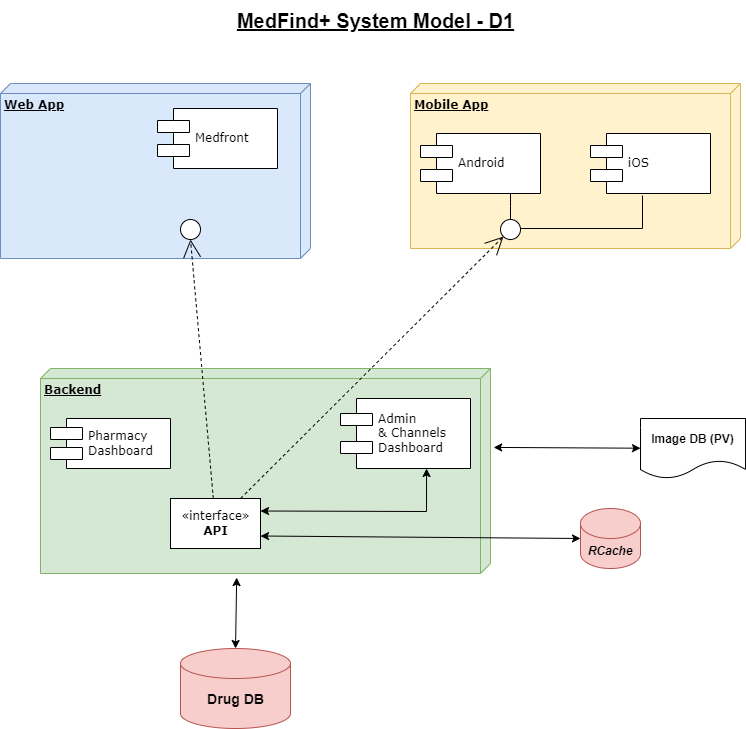
Earlier version of the draw.io export MedFind01.drawio.png (cephydex/archdiags). Source tidied: cells renumbered, new cells last; positions are measured from the earlier drawing's top-left corner, leaving out a move shared by most shapes.
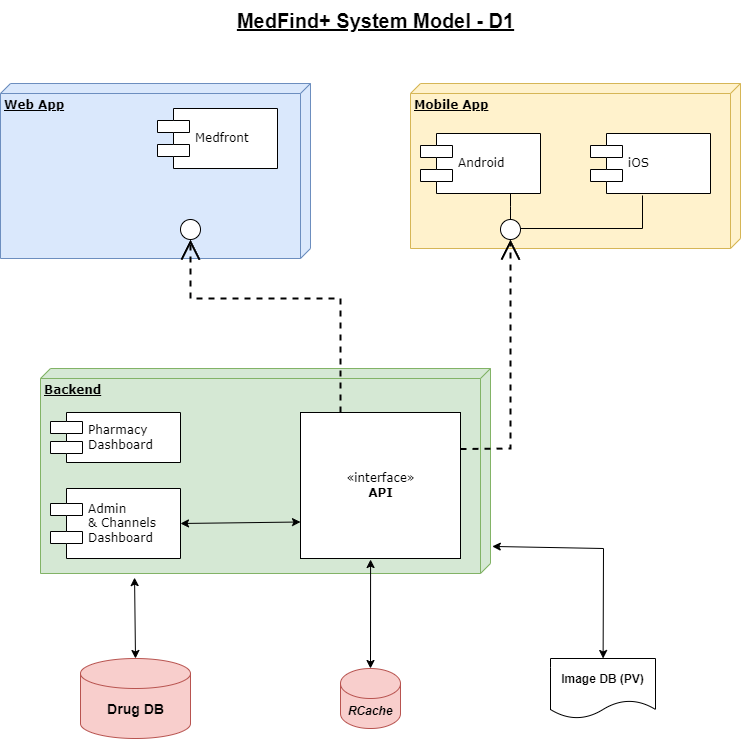
After the change.

Change to the diagram source:
```diff
@@ -21,13 +21,22 @@
       <mxGeometry x="420" y="133" width="120" height="60" as="geometry" />
     </mxCell>
     <mxCell id="8" value="Admin&lt;br&gt;&amp;amp; Channels &lt;br&gt;Dashboard" style="shape=component;align=left;spacingLeft=36;rounded=0;shadow=0;comic=0;labelBackgroundColor=none;strokeWidth=1;fontFamily=Verdana;fontSize=12;html=1;" parent="1" vertex="1">
-      <mxGeometry x="340" y="398" width="130" height="70" as="geometry" />
+      <mxGeometry x="50" y="488" width="130" height="70" as="geometry" />
     </mxCell>
-    <mxCell id="9" style="edgeStyle=none;rounded=0;html=1;dashed=1;labelBackgroundColor=none;startArrow=none;startFill=0;startSize=8;endArrow=open;endFill=0;endSize=16;fontFamily=Verdana;fontSize=12;entryX=0.5;entryY=1;entryDx=0;entryDy=0;" parent="1" edge="1" source="14" target="6">
-      <mxGeometry relative="1" as="geometry" />
+    <mxCell id="9" style="edgeStyle=none;rounded=0;html=1;dashed=1;labelBackgroundColor=none;startArrow=none;startFill=0;startSize=8;endArrow=open;endFill=0;endSize=16;fontFamily=Verdana;fontSize=12;entryX=0.5;entryY=1;entryDx=0;entryDy=0;exitX=0.25;exitY=0;exitDx=0;exitDy=0;strokeWidth=2;" parent="1" edge="1" source="14" target="6">
+      <mxGeometry relative="1" as="geometry">
+        <Array as="points">
+          <mxPoint x="340" y="298" />
+          <mxPoint x="190" y="298" />
+        </Array>
+      </mxGeometry>
     </mxCell>
-    <mxCell id="10" style="edgeStyle=none;rounded=0;html=1;dashed=1;labelBackgroundColor=none;startArrow=none;startFill=0;startSize=8;endArrow=open;endFill=0;endSize=16;fontFamily=Verdana;fontSize=12;" parent="1" edge="1" source="14" target="18">
-      <mxGeometry relative="1" as="geometry" />
+    <mxCell id="10" style="edgeStyle=none;rounded=0;html=1;dashed=1;labelBackgroundColor=none;startArrow=none;startFill=0;startSize=8;endArrow=open;endFill=0;endSize=16;fontFamily=Verdana;fontSize=12;exitX=1;exitY=0.25;exitDx=0;exitDy=0;strokeWidth=2;" parent="1" edge="1" source="14" target="18">
+      <mxGeometry relative="1" as="geometry">
+        <Array as="points">
+          <mxPoint x="510" y="448" />
+        </Array>
+      </mxGeometry>
     </mxCell>
     <mxCell id="11" style="edgeStyle=elbowEdgeStyle;rounded=0;html=1;labelBackgroundColor=none;startArrow=none;startFill=0;startSize=8;endArrow=none;endFill=0;endSize=16;fontFamily=Verdana;fontSize=12;" parent="1" edge="1" source="18" target="7">
       <mxGeometry relative="1" as="geometry" />
@@ -44,9 +53,9 @@
       </mxGeometry>
     </mxCell>
     <mxCell id="14" value="«interface»&lt;br&gt;&lt;b&gt;API&lt;/b&gt;" style="html=1;rounded=0;shadow=0;comic=0;labelBackgroundColor=none;strokeWidth=1;fontFamily=Verdana;fontSize=12;align=center;" parent="1" vertex="1">
-      <mxGeometry x="170" y="498" width="90" height="50" as="geometry" />
+      <mxGeometry x="300" y="412" width="160" height="146" as="geometry" />
     </mxCell>
-    <mxCell id="15" style="endArrow=classic;startArrow=classic;html=1;rounded=0;exitX=0.5;exitY=0;exitDx=0;exitDy=0;exitPerimeter=0;entryX=1.02;entryY=0.564;entryDx=0;entryDy=0;entryPerimeter=0;" parent="1" edge="1" source="25" target="4">
+    <mxCell id="15" style="endArrow=classic;startArrow=classic;html=1;rounded=0;exitX=0.5;exitY=0;exitDx=0;exitDy=0;exitPerimeter=0;entryX=1.02;entryY=0.791;entryDx=0;entryDy=0;entryPerimeter=0;" parent="1" edge="1" source="25" target="4">
       <mxGeometry relative="1" as="geometry" />
     </mxCell>
     <mxCell id="16" value="&lt;u&gt;MedFind+ System Model - D1&lt;/u&gt;" style="text;html=1;align=center;verticalAlign=middle;strokeColor=none;fillColor=none;fontSize=20;fontStyle=1;" parent="1" vertex="1">
@@ -61,26 +70,22 @@
       <mxGeometry x="500" y="219" width="20" height="20" as="geometry" />
     </mxCell>
     <mxCell id="19" value="Pharmacy&lt;br&gt;Dashboard" style="shape=component;align=left;spacingLeft=36;rounded=0;shadow=0;comic=0;labelBackgroundColor=none;strokeWidth=1;fontFamily=Verdana;fontSize=12;html=1;" parent="1" vertex="1">
-      <mxGeometry x="50" y="418" width="120" height="50" as="geometry" />
+      <mxGeometry x="50" y="412" width="130" height="50" as="geometry" />
     </mxCell>
     <mxCell id="20" value="&lt;i&gt;&lt;b&gt;RCache&lt;/b&gt;&lt;/i&gt;" style="shape=cylinder3;whiteSpace=wrap;html=1;boundedLbl=1;backgroundOutline=1;size=15;fillColor=#f8cecc;strokeColor=#b85450;" parent="1" vertex="1">
-      <mxGeometry x="580" y="508" width="60" height="60" as="geometry" />
+      <mxGeometry x="340" y="668" width="60" height="60" as="geometry" />
     </mxCell>
-    <mxCell id="21" style="endArrow=classic;startArrow=classic;html=1;rounded=0;exitX=1;exitY=0.25;exitDx=0;exitDy=0;entryX=0.662;entryY=1;entryDx=0;entryDy=0;entryPerimeter=0;" parent="1" edge="1" source="14" target="8">
-      <mxGeometry relative="1" as="geometry">
-        <Array as="points">
-          <mxPoint x="426" y="511" />
-        </Array>
-      </mxGeometry>
+    <mxCell id="21" style="endArrow=classic;startArrow=classic;html=1;rounded=0;exitX=0;exitY=0.75;exitDx=0;exitDy=0;entryX=1;entryY=0.5;entryDx=0;entryDy=0;" parent="1" edge="1" source="14" target="8">
+      <mxGeometry relative="1" as="geometry" />
     </mxCell>
-    <mxCell id="22" style="endArrow=classic;startArrow=classic;html=1;rounded=0;exitX=1;exitY=0.75;exitDx=0;exitDy=0;exitPerimeter=0;entryX=0;entryY=0.5;entryDx=0;entryDy=0;entryPerimeter=0;" parent="1" edge="1" source="14" target="20">
+    <mxCell id="22" style="endArrow=classic;startArrow=classic;html=1;rounded=0;entryX=0.5;entryY=0;entryDx=0;entryDy=0;entryPerimeter=0;exitX=0.438;exitY=1.007;exitDx=0;exitDy=0;exitPerimeter=0;" parent="1" edge="1" source="14" target="20">
       <mxGeometry relative="1" as="geometry" />
     </mxCell>
     <mxCell id="23" value="&lt;b&gt;Image DB (PV)&lt;/b&gt;" style="shape=document;whiteSpace=wrap;html=1;boundedLbl=1;" parent="1" vertex="1">
-      <mxGeometry x="640" y="418" width="105" height="60" as="geometry" />
+      <mxGeometry x="550" y="658" width="105" height="60" as="geometry" />
     </mxCell>
     <mxCell id="24" style="group;" parent="1" vertex="1">
-      <mxGeometry x="180" y="648" width="110" height="80" as="geometry" />
+      <mxGeometry x="80" y="658" width="110" height="80" as="geometry" />
     </mxCell>
     <mxCell id="25" style="shape=cylinder3;whiteSpace=wrap;html=1;boundedLbl=1;backgroundOutline=1;size=15;fillColor=#f8cecc;strokeColor=#b85450;" parent="24" vertex="1">
       <mxGeometry width="110" height="80" as="geometry" />
@@ -88,8 +93,12 @@
     <mxCell id="26" value="Drug DB" style="text;html=1;align=center;verticalAlign=middle;strokeColor=none;fillColor=none;fontSize=14;fontStyle=1;" parent="24" vertex="1">
       <mxGeometry x="15" y="36" width="80" height="30" as="geometry" />
     </mxCell>
-    <mxCell id="27" style="endArrow=classic;startArrow=classic;html=1;rounded=0;entryX=0.385;entryY=-0.007;entryDx=0;entryDy=0;entryPerimeter=0;" parent="1" edge="1" source="23" target="4">
-      <mxGeometry relative="1" as="geometry" />
+    <mxCell id="27" style="endArrow=classic;startArrow=classic;html=1;rounded=0;entryX=0.868;entryY=-0.004;entryDx=0;entryDy=0;entryPerimeter=0;" parent="1" edge="1" source="23" target="4">
+      <mxGeometry relative="1" as="geometry">
+        <Array as="points">
+          <mxPoint x="603" y="548" />
+        </Array>
+      </mxGeometry>
     </mxCell>
   </root>
 </mxGraphModel>
```
